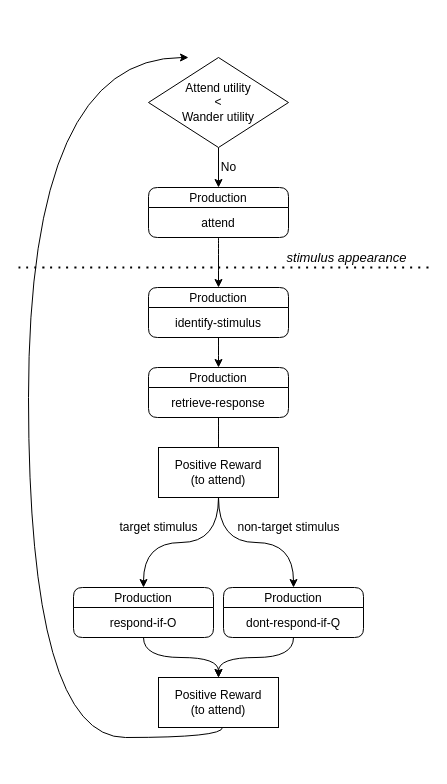
This is GraphOnlyAttend.drawio from joshbruegger/CognitiveModellingPractical2022, a draw.io file, before an edit. Source tidied: cells renumbered, new cells numbered last; positions are measured from the earlier drawing's top-left corner, leaving out a move shared by most shapes. Both pictures are drawn from the tidied source at 100%, with x=0, y=0 at pixel (18, 17).
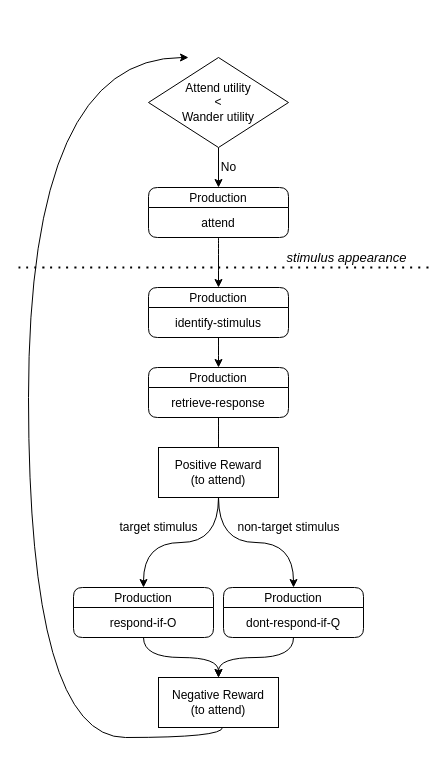
Above is the later version.

The change refers to these unchanged cells:
```xml
<mxCell id="2" style="swimlane;fontSize=12;strokeColor=none;gradientColor=none;swimlaneFillColor=none;dashed=1;opacity=80;fillColor=none;swimlaneLine=0;" parent="1" vertex="1">
  <mxGeometry width="400" height="750" as="geometry" />
</mxCell>
```

Diff of the diagram source:
```diff
@@
-    <mxCell id="11" value="Positive Reward&lt;br&gt;(to attend)" style="rounded=0;whiteSpace=wrap;html=1;fontSize=12;fillColor=none;" parent="2" vertex="1">
+    <mxCell id="11" value="Negative Reward&lt;br&gt;(to attend)" style="rounded=0;whiteSpace=wrap;html=1;fontSize=12;fillColor=none;" parent="2" vertex="1">
       <mxGeometry x="140" y="660" width="120" height="50" as="geometry" />
     </mxCell>
```
